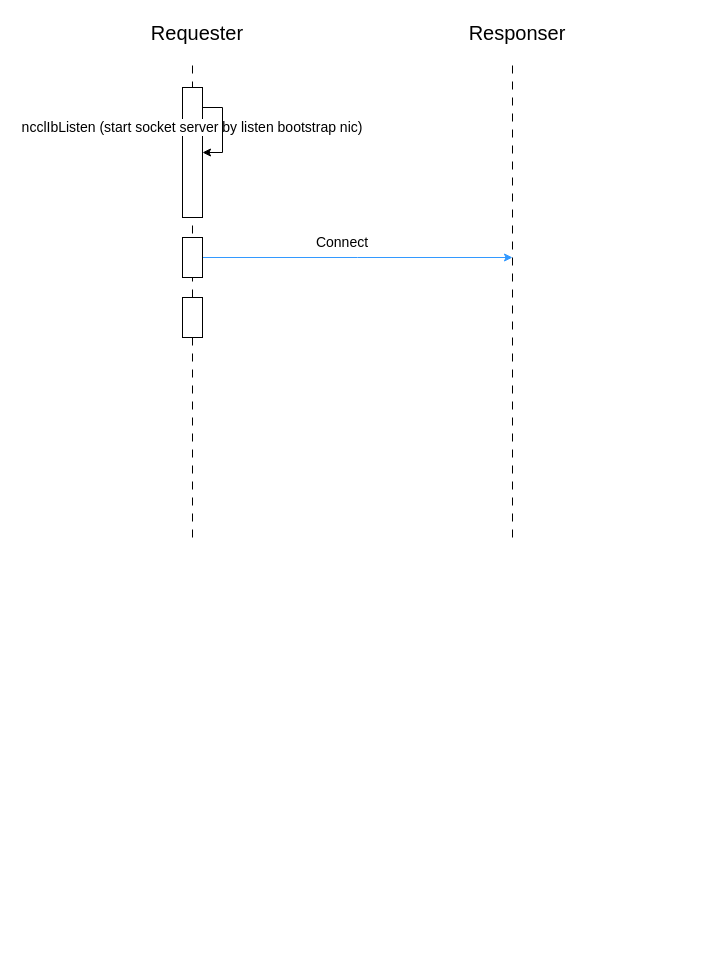
This is page "nccl-communication" (5 of 5) of infiniband.drawio from wehyy/my-world, a draw.io file, before an edit. Source tidied: cells renumbered, new cells numbered last; positions are measured from the earlier drawing's top-left corner, leaving out a move shared by most shapes. Both pictures are drawn from the tidied source at 100%, with x=0, y=0 at pixel (17, 17).
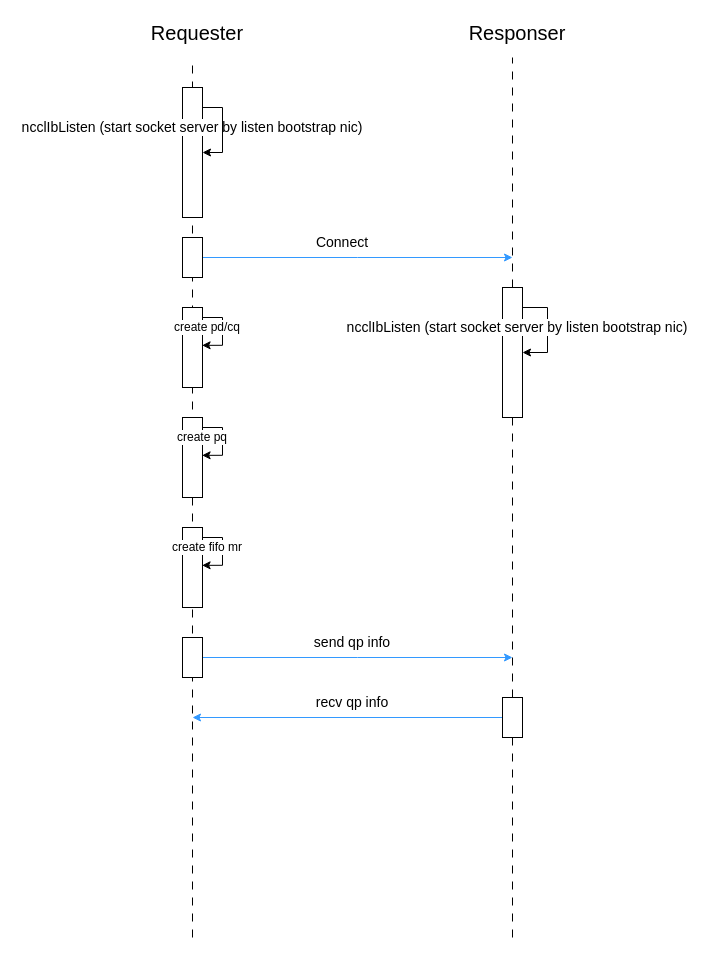
Above is the later version.

Change to the diagram source:
```diff
@@
     <mxCell id="4" style="endArrow=none;html=1;rounded=0;strokeColor=#000000;align=center;verticalAlign=middle;fontFamily=Helvetica;fontSize=24;fontColor=default;labelBackgroundColor=none;fillColor=#dae8fc;dashed=1;dashPattern=8 8;" parent="1" edge="1">
       <mxGeometry relative="1" as="geometry">
-        <mxPoint x="175" y="520" as="sourcePoint" />
+        <mxPoint x="175" y="920" as="sourcePoint" />
         <mxPoint x="175" y="40" as="targetPoint" />
       </mxGeometry>
     </mxCell>
-    <mxCell id="5" style="endArrow=none;html=1;rounded=0;strokeColor=#000000;align=center;verticalAlign=middle;fontFamily=Helvetica;fontSize=24;fontColor=default;labelBackgroundColor=none;fillColor=#dae8fc;dashed=1;dashPattern=8 8;" parent="1" edge="1">
+    <mxCell id="5" style="endArrow=none;html=1;rounded=0;strokeColor=#000000;align=center;verticalAlign=middle;fontFamily=Helvetica;fontSize=24;fontColor=default;labelBackgroundColor=none;fillColor=#dae8fc;dashed=1;dashPattern=8 8;" parent="1" edge="1" source="26">
       <mxGeometry relative="1" as="geometry">
-        <mxPoint x="495" y="520" as="sourcePoint" />
         <mxPoint x="495" y="40" as="targetPoint" />
       </mxGeometry>
     </mxCell>
@@
     <mxCell id="11" style="rounded=0;whiteSpace=wrap;html=1;align=center;verticalAlign=middle;fontFamily=Helvetica;fontSize=20;labelBackgroundColor=none;" parent="1" vertex="1">
-      <mxGeometry x="165" y="280" width="20" height="40" as="geometry" />
+      <mxGeometry x="165" y="290" width="20" height="80" as="geometry" />
     </mxCell>
@@
+    <mxCell id="13" style="edgeStyle=orthogonalEdgeStyle;rounded=0;orthogonalLoop=1;jettySize=auto;html=1;entryX=0.98;entryY=0.473;entryDx=0;entryDy=0;entryPerimeter=0;" parent="1" edge="1" source="11" target="11">
+      <mxGeometry relative="1" as="geometry">
+        <Array as="points">
+          <mxPoint x="205" y="300" />
+          <mxPoint x="205" y="328" />
+        </Array>
+      </mxGeometry>
+    </mxCell>
+    <mxCell id="14" style="rounded=0;whiteSpace=wrap;html=1;align=center;verticalAlign=middle;fontFamily=Helvetica;fontSize=20;labelBackgroundColor=none;" parent="1" vertex="1">
+      <mxGeometry x="165" y="400" width="20" height="80" as="geometry" />
+    </mxCell>
+    <mxCell id="15" style="edgeStyle=orthogonalEdgeStyle;rounded=0;orthogonalLoop=1;jettySize=auto;html=1;entryX=0.98;entryY=0.473;entryDx=0;entryDy=0;entryPerimeter=0;" parent="1" edge="1" source="14" target="14">
+      <mxGeometry relative="1" as="geometry">
+        <Array as="points">
+          <mxPoint x="205" y="410" />
+          <mxPoint x="205" y="438" />
+        </Array>
+      </mxGeometry>
+    </mxCell>
+    <mxCell id="16" value="create pd/cq" style="text;strokeColor=none;align=center;fillColor=none;html=1;verticalAlign=middle;whiteSpace=wrap;rounded=0;labelBackgroundColor=default;" parent="1" vertex="1">
+      <mxGeometry x="155" y="300" width="70" height="20" as="geometry" />
+    </mxCell>
+    <mxCell id="17" value="create pq" style="text;strokeColor=none;align=center;fillColor=none;html=1;verticalAlign=middle;whiteSpace=wrap;rounded=0;labelBackgroundColor=default;" parent="1" vertex="1">
+      <mxGeometry x="145" y="410" width="80" height="20" as="geometry" />
+    </mxCell>
+    <mxCell id="18" style="rounded=0;whiteSpace=wrap;html=1;align=center;verticalAlign=middle;fontFamily=Helvetica;fontSize=20;labelBackgroundColor=none;" parent="1" vertex="1">
+      <mxGeometry x="165" y="510" width="20" height="80" as="geometry" />
+    </mxCell>
+    <mxCell id="19" style="edgeStyle=orthogonalEdgeStyle;rounded=0;orthogonalLoop=1;jettySize=auto;html=1;entryX=0.98;entryY=0.473;entryDx=0;entryDy=0;entryPerimeter=0;" parent="1" edge="1" source="18" target="18">
+      <mxGeometry relative="1" as="geometry">
+        <Array as="points">
+          <mxPoint x="205" y="520" />
+          <mxPoint x="205" y="548" />
+        </Array>
+      </mxGeometry>
+    </mxCell>
+    <mxCell id="20" value="create fifo mr" style="text;strokeColor=none;align=center;fillColor=none;html=1;verticalAlign=middle;whiteSpace=wrap;rounded=0;labelBackgroundColor=default;" parent="1" vertex="1">
+      <mxGeometry x="145" y="520" width="90" height="20" as="geometry" />
+    </mxCell>
+    <mxCell id="21" style="edgeStyle=orthogonalEdgeStyle;rounded=0;jettySize=auto;html=1;strokeColor=#3399FF;align=center;verticalAlign=middle;fontFamily=Helvetica;fontSize=14;fontColor=default;labelBackgroundColor=none;endArrow=classic;fillColor=#dae8fc;" parent="1" edge="1" source="22">
+      <mxGeometry relative="1" as="geometry">
+        <mxPoint x="495" y="640" as="targetPoint" />
+      </mxGeometry>
+    </mxCell>
+    <mxCell id="22" style="rounded=0;whiteSpace=wrap;html=1;align=center;verticalAlign=middle;fontFamily=Helvetica;fontSize=20;labelBackgroundColor=none;" parent="1" vertex="1">
+      <mxGeometry x="165" y="620" width="20" height="40" as="geometry" />
+    </mxCell>
+    <mxCell id="23" value="send qp info" style="text;strokeColor=none;align=center;fillColor=none;html=1;verticalAlign=middle;whiteSpace=wrap;rounded=0;fontFamily=Helvetica;fontSize=14;fontColor=default;labelBackgroundColor=none;" parent="1" vertex="1">
+      <mxGeometry x="295" y="610" width="80" height="30" as="geometry" />
+    </mxCell>
+    <mxCell id="24" style="edgeStyle=orthogonalEdgeStyle;rounded=0;orthogonalLoop=1;jettySize=auto;html=1;entryX=1;entryY=0.5;entryDx=0;entryDy=0;strokeColor=#000000;align=center;verticalAlign=middle;fontFamily=Helvetica;fontSize=14;fontColor=default;labelBackgroundColor=none;endArrow=classic;fillColor=#dae8fc;" parent="1" edge="1" source="26" target="26">
+      <mxGeometry relative="1" as="geometry">
+        <Array as="points">
+          <mxPoint x="530" y="290" />
+          <mxPoint x="530" y="335" />
+        </Array>
+      </mxGeometry>
+    </mxCell>
+    <mxCell id="25" style="endArrow=none;html=1;rounded=0;strokeColor=#000000;align=center;verticalAlign=middle;fontFamily=Helvetica;fontSize=24;fontColor=default;labelBackgroundColor=none;fillColor=#dae8fc;dashed=1;dashPattern=8 8;" parent="1" edge="1" source="30" target="26">
+      <mxGeometry relative="1" as="geometry" />
+    </mxCell>
+    <mxCell id="26" style="rounded=0;whiteSpace=wrap;html=1;align=center;verticalAlign=middle;fontFamily=Helvetica;fontSize=20;labelBackgroundColor=none;" parent="1" vertex="1">
+      <mxGeometry x="485" y="270" width="20" height="130" as="geometry" />
+    </mxCell>
+    <mxCell id="27" value="ncclIbListen (start socket server by listen bootstrap nic)" style="text;strokeColor=none;align=center;fillColor=none;html=1;verticalAlign=middle;whiteSpace=wrap;rounded=0;fontFamily=Helvetica;fontSize=14;fontColor=default;labelBackgroundColor=default;" parent="1" vertex="1">
+      <mxGeometry x="325" y="300" width="350" height="20" as="geometry" />
+    </mxCell>
+    <mxCell id="28" style="endArrow=none;html=1;rounded=0;strokeColor=#000000;align=center;verticalAlign=middle;fontFamily=Helvetica;fontSize=24;fontColor=default;labelBackgroundColor=none;fillColor=#dae8fc;dashed=1;dashPattern=8 8;" parent="1" edge="1" target="30">
+      <mxGeometry relative="1" as="geometry">
+        <mxPoint x="495" y="920" as="sourcePoint" />
+      </mxGeometry>
+    </mxCell>
+    <mxCell id="29" style="edgeStyle=orthogonalEdgeStyle;rounded=0;jettySize=auto;html=1;fontColor=#3399FF;strokeColor=#3399FF;" parent="1" edge="1" source="30">
+      <mxGeometry relative="1" as="geometry">
+        <mxPoint x="175" y="700" as="targetPoint" />
+      </mxGeometry>
+    </mxCell>
+    <mxCell id="30" style="rounded=0;whiteSpace=wrap;html=1;align=center;verticalAlign=middle;fontFamily=Helvetica;fontSize=20;labelBackgroundColor=none;" parent="1" vertex="1">
+      <mxGeometry x="485" y="680" width="20" height="40" as="geometry" />
+    </mxCell>
+    <mxCell id="31" value="recv qp info" style="text;strokeColor=none;align=center;fillColor=none;html=1;verticalAlign=middle;whiteSpace=wrap;rounded=0;fontFamily=Helvetica;fontSize=14;fontColor=default;labelBackgroundColor=none;" parent="1" vertex="1">
+      <mxGeometry x="295" y="670" width="80" height="30" as="geometry" />
+    </mxCell>
```
